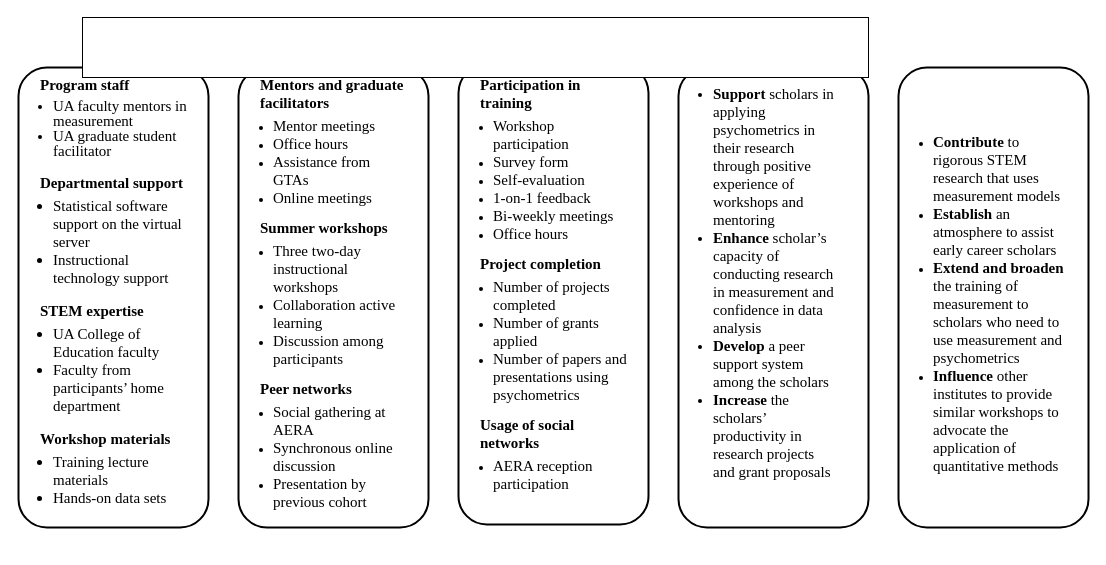
qipengchen/draw_io keeps this draw.io diagram as NSF2025.drawio. Above is the earlier version. Source tidied: cells renumbered, new cells numbered last; positions are measured from the earlier drawing's top-left corner, leaving out a move shared by most shapes. Both pictures are drawn from the tidied source at 100%, with x=0, y=0 at pixel (18, 17).
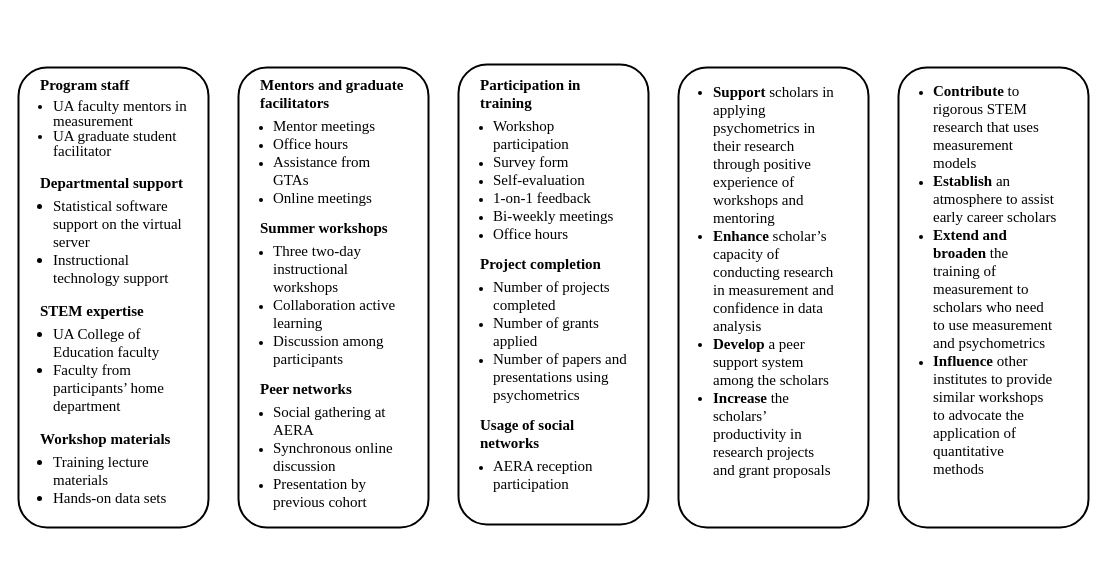
Above is the later version.

The edit, as a diff of the source:
```diff
@@
 <mxGraphModel>
   <root>
     <mxCell id="0" />
     <mxCell id="1" parent="0" />
     <mxCell id="2" style="group;" parent="1" vertex="1">
       <mxGeometry y="50" width="190" height="480" as="geometry" />
     </mxCell>
     <mxCell id="3" style="rounded=1;whiteSpace=wrap;html=1;labelPosition=center;verticalLabelPosition=middle;align=left;verticalAlign=middle;textDirection=ltr;spacing=1;fontFamily=Times New Roman;strokeWidth=2;" parent="2" vertex="1">
       <mxGeometry width="190" height="460" as="geometry" />
     </mxCell>
     <mxCell id="4" value="&lt;b style=&quot;font-family: &amp;quot;Times New Roman&amp;quot;; line-height: 100%;&quot;&gt;Program staff&lt;/b&gt;&lt;br style=&quot;font-family: &amp;quot;Times New Roman&amp;quot;;&quot;&gt;&lt;ul style=&quot;font-family: &amp;quot;Times New Roman&amp;quot;; padding-left: 13px; line-height: 100%; margin-top: 5px; margin-left: 0px;&quot;&gt;&lt;li&gt;UA faculty mentors in measurement&lt;/li&gt;&lt;li&gt;UA graduate student facilitator&lt;/li&gt;&lt;/ul&gt;&lt;span style=&quot;font-family: &amp;quot;Times New Roman&amp;quot;; line-height: 100%;&quot;&gt;&lt;b&gt;Departmental support&lt;/b&gt;&lt;/span&gt;&lt;br style=&quot;font-family: &amp;quot;Times New Roman&amp;quot;;&quot;&gt;&lt;ul style=&quot;padding-left: 13px; margin-top: 5px;&quot;&gt;&lt;li&gt;&lt;span style=&quot;font-family: &amp;quot;Times New Roman&amp;quot;; line-height: 100%;&quot;&gt;Statistical software support on the virtual server&lt;/span&gt;&lt;/li&gt;&lt;li&gt;&lt;span style=&quot;font-family: &amp;quot;Times New Roman&amp;quot;; line-height: 100%;&quot;&gt;Instructional technology support&lt;/span&gt;&lt;/li&gt;&lt;/ul&gt;&lt;span style=&quot;font-family: &amp;quot;Times New Roman&amp;quot;; line-height: 100%;&quot;&gt;&lt;b&gt;STEM expertise&lt;/b&gt;&lt;/span&gt;&lt;br style=&quot;font-family: &amp;quot;Times New Roman&amp;quot;;&quot;&gt;&lt;ul style=&quot;padding-left: 13px; margin-top: 5px;&quot;&gt;&lt;li&gt;&lt;span style=&quot;font-family: &amp;quot;Times New Roman&amp;quot;; line-height: 100%;&quot;&gt;UA College of Education faculty&lt;/span&gt;&lt;/li&gt;&lt;li&gt;&lt;span style=&quot;font-family: &amp;quot;Times New Roman&amp;quot;; line-height: 100%;&quot;&gt;Faculty from participants’ home department&lt;/span&gt;&lt;/li&gt;&lt;/ul&gt;&lt;span style=&quot;font-family: &amp;quot;Times New Roman&amp;quot;; line-height: 100%;&quot;&gt;&lt;b&gt;Workshop materials&lt;/b&gt;&lt;/span&gt;&lt;br style=&quot;font-family: &amp;quot;Times New Roman&amp;quot;;&quot;&gt;&lt;ul style=&quot;padding-left: 13px; margin-top: 5px; margin-right: 0px;&quot;&gt;&lt;li&gt;&lt;span style=&quot;font-family: &amp;quot;Times New Roman&amp;quot;; line-height: 100%;&quot;&gt;Training lecture materials&lt;/span&gt;&lt;/li&gt;&lt;li&gt;&lt;span style=&quot;font-family: &amp;quot;Times New Roman&amp;quot;; line-height: 100%;&quot;&gt;Hands-on data sets&lt;/span&gt;&lt;/li&gt;&lt;/ul&gt;&lt;span style=&quot;font-family: &amp;quot;Times New Roman&amp;quot;; line-height: 100%;&quot;&gt;&amp;nbsp;&lt;/span&gt;" style="text;html=1;align=left;verticalAlign=middle;whiteSpace=wrap;rounded=0;fontSize=15;" parent="2" vertex="1">
       <mxGeometry x="20" width="150" height="480" as="geometry" />
     </mxCell>
     <mxCell id="5" style="group;fontFamily=Times New Roman;" parent="1" vertex="1">
       <mxGeometry x="220" y="50" width="190" height="480" as="geometry" />
     </mxCell>
     <mxCell id="6" style="rounded=1;whiteSpace=wrap;html=1;labelPosition=center;verticalLabelPosition=middle;align=left;verticalAlign=middle;textDirection=ltr;spacing=1;fontFamily=Times New Roman;strokeWidth=2;" parent="5" vertex="1">
       <mxGeometry width="190" height="460" as="geometry" />
     </mxCell>
     <mxCell id="7" value="&lt;font style=&quot;font-size: 15px;&quot; face=&quot;Times New Roman&quot;&gt;&lt;span style=&quot;background-color: transparent; color: light-dark(rgb(0, 0, 0), rgb(255, 255, 255));&quot;&gt;&lt;b&gt;Mentors and graduate facilitators&lt;/b&gt;&lt;/span&gt;&lt;br&gt;&lt;/font&gt;&lt;ul style=&quot;padding-left: 13px; margin-top: 5px;&quot;&gt;&lt;li&gt;&lt;font style=&quot;font-size: 15px;&quot; face=&quot;Times New Roman&quot;&gt;Mentor meetings&lt;/font&gt;&lt;/li&gt;&lt;li&gt;&lt;font style=&quot;font-size: 15px;&quot; face=&quot;Times New Roman&quot;&gt;Office hours&lt;/font&gt;&lt;/li&gt;&lt;li&gt;&lt;font style=&quot;font-size: 15px;&quot; face=&quot;Times New Roman&quot;&gt;Assistance from GTAs&lt;/font&gt;&lt;/li&gt;&lt;li&gt;&lt;font style=&quot;font-size: 15px;&quot; face=&quot;Times New Roman&quot;&gt;Online meetings&lt;/font&gt;&lt;/li&gt;&lt;/ul&gt;&lt;span style=&quot;font-size: 15px; font-family: &amp;quot;Times New Roman&amp;quot;; background-color: transparent; color: light-dark(rgb(0, 0, 0), rgb(255, 255, 255));&quot;&gt;&lt;b&gt;Summer workshops&lt;/b&gt;&lt;/span&gt;&lt;br&gt;&lt;ul style=&quot;padding-left: 13px; margin-top: 5px;&quot;&gt;&lt;li&gt;&lt;font style=&quot;font-size: 15px;&quot; face=&quot;Times New Roman&quot;&gt;Three two-day instructional workshops&lt;/font&gt;&lt;/li&gt;&lt;li&gt;&lt;font style=&quot;font-size: 15px;&quot; face=&quot;Times New Roman&quot;&gt;Collaboration active learning&lt;/font&gt;&lt;/li&gt;&lt;li&gt;&lt;font style=&quot;font-size: 15px;&quot; face=&quot;Times New Roman&quot;&gt;Discussion among participants&lt;/font&gt;&lt;/li&gt;&lt;/ul&gt;&lt;b style=&quot;font-size: 15px; font-family: &amp;quot;Times New Roman&amp;quot;; background-color: transparent; color: light-dark(rgb(0, 0, 0), rgb(255, 255, 255));&quot;&gt;Peer networks&lt;/b&gt;&lt;br&gt;&lt;ul style=&quot;padding-left: 13px; margin-top: 5px;&quot;&gt;&lt;li&gt;&lt;font style=&quot;font-size: 15px;&quot; face=&quot;Times New Roman&quot;&gt;Social gathering at AERA&lt;/font&gt;&lt;/li&gt;&lt;li&gt;&lt;font style=&quot;font-size: 15px;&quot; face=&quot;Times New Roman&quot;&gt;Synchronous online discussion&lt;/font&gt;&lt;/li&gt;&lt;li&gt;&lt;font style=&quot;font-size: 15px;&quot; face=&quot;Times New Roman&quot;&gt;Presentation by previous cohort&lt;/font&gt;&lt;/li&gt;&lt;/ul&gt;" style="text;html=1;align=left;verticalAlign=middle;whiteSpace=wrap;rounded=0;" parent="5" vertex="1">
       <mxGeometry x="20" y="-8" width="150" height="480" as="geometry" />
     </mxCell>
     <mxCell id="8" style="group;" parent="1" vertex="1">
       <mxGeometry x="880" y="50" width="190" height="480" as="geometry" />
     </mxCell>
     <mxCell id="9" style="rounded=1;whiteSpace=wrap;html=1;labelPosition=center;verticalLabelPosition=middle;align=left;verticalAlign=middle;textDirection=ltr;spacing=1;fontFamily=Times New Roman;strokeWidth=2;" parent="8" vertex="1">
       <mxGeometry width="190" height="460" as="geometry" />
     </mxCell>
-    <mxCell id="10" value="&lt;ul style=&quot;padding-left: 13px; margin-top: 5px;&quot;&gt;&lt;li&gt;&lt;font style=&quot;font-size: 15px;&quot; face=&quot;Times New Roman&quot;&gt;&lt;b&gt;Contribute&lt;/b&gt; to rigorous STEM research that uses measurement models&lt;/font&gt;&lt;/li&gt;&lt;li&gt;&lt;font style=&quot;font-size: 15px;&quot; face=&quot;Times New Roman&quot;&gt;&lt;b&gt;Establish&lt;/b&gt; an atmosphere to assist early career scholars&lt;/font&gt;&lt;/li&gt;&lt;li&gt;&lt;font style=&quot;font-size: 15px;&quot; face=&quot;Times New Roman&quot;&gt;&lt;b&gt;Extend and broaden&lt;/b&gt; the training of measurement to scholars who need to use measurement and psychometrics&lt;/font&gt;&lt;/li&gt;&lt;li&gt;&lt;font style=&quot;font-size: 15px;&quot; face=&quot;Times New Roman&quot;&gt;&lt;b&gt;Influence&lt;/b&gt; other institutes to provide similar workshops to advocate the application of quantitative methods&lt;/font&gt;&lt;/li&gt;&lt;/ul&gt;" style="text;html=1;align=left;verticalAlign=middle;whiteSpace=wrap;rounded=0;" parent="8" vertex="1">
-      <mxGeometry x="20" width="150" height="480" as="geometry" />
-    </mxCell>
     <mxCell id="11" style="group;" parent="1" vertex="1">
       <mxGeometry x="440" y="47" width="190" height="480" as="geometry" />
     </mxCell>
     <mxCell id="12" style="rounded=1;whiteSpace=wrap;html=1;labelPosition=center;verticalLabelPosition=middle;align=left;verticalAlign=middle;textDirection=ltr;spacing=1;fontFamily=Times New Roman;strokeWidth=2;" parent="11" vertex="1">
       <mxGeometry width="190" height="460" as="geometry" />
     </mxCell>
     <mxCell id="13" value="&lt;font face=&quot;Times New Roman&quot;&gt;&lt;span style=&quot;font-size: 15px; background-color: transparent; color: light-dark(rgb(0, 0, 0), rgb(255, 255, 255));&quot;&gt;&lt;b&gt;Participation in training&lt;/b&gt;&lt;/span&gt;&lt;br&gt;&lt;/font&gt;&lt;ul style=&quot;margin-top: 5px; padding-left: 13px;&quot;&gt;&lt;li&gt;&lt;font face=&quot;Times New Roman&quot; style=&quot;font-size: 15px;&quot;&gt;Workshop participation&lt;/font&gt;&lt;/li&gt;&lt;li&gt;&lt;font face=&quot;Times New Roman&quot; style=&quot;font-size: 15px;&quot;&gt;Survey form&lt;/font&gt;&lt;/li&gt;&lt;li&gt;&lt;font face=&quot;Times New Roman&quot; style=&quot;font-size: 15px;&quot;&gt;Self-evaluation&lt;/font&gt;&lt;/li&gt;&lt;li&gt;&lt;font face=&quot;Times New Roman&quot; style=&quot;font-size: 15px;&quot;&gt;1-on-1 feedback&lt;/font&gt;&lt;/li&gt;&lt;li&gt;&lt;font face=&quot;Times New Roman&quot; style=&quot;font-size: 15px;&quot;&gt;Bi-weekly meetings&lt;/font&gt;&lt;/li&gt;&lt;li&gt;&lt;font face=&quot;Times New Roman&quot; style=&quot;font-size: 15px;&quot;&gt;Office hours&lt;/font&gt;&lt;/li&gt;&lt;/ul&gt;&lt;span style=&quot;font-size: 15px; font-family: &amp;quot;Times New Roman&amp;quot;; background-color: transparent; color: light-dark(rgb(0, 0, 0), rgb(255, 255, 255));&quot;&gt;&lt;b&gt;Project completion&lt;/b&gt;&lt;/span&gt;&lt;br&gt;&lt;ul style=&quot;margin-top: 5px; padding-left: 13px;&quot;&gt;&lt;li&gt;&lt;font face=&quot;Times New Roman&quot; style=&quot;font-size: 15px;&quot;&gt;Number of projects completed&lt;/font&gt;&lt;/li&gt;&lt;li&gt;&lt;font face=&quot;Times New Roman&quot; style=&quot;font-size: 15px;&quot;&gt;Number of grants applied&lt;/font&gt;&lt;/li&gt;&lt;li&gt;&lt;font face=&quot;Times New Roman&quot; style=&quot;font-size: 15px;&quot;&gt;Number of papers and presentations using psychometrics&lt;/font&gt;&lt;/li&gt;&lt;/ul&gt;&lt;span style=&quot;font-size: 15px; font-family: &amp;quot;Times New Roman&amp;quot;; background-color: transparent; color: light-dark(rgb(0, 0, 0), rgb(255, 255, 255));&quot;&gt;&lt;b&gt;Usage of social networks&lt;/b&gt;&lt;/span&gt;&lt;br&gt;&lt;ul style=&quot;margin-top: 5px; padding-left: 13px;&quot;&gt;&lt;li&gt;&lt;font face=&quot;Times New Roman&quot; style=&quot;font-size: 15px;&quot;&gt;AERA reception participation&lt;/font&gt;&lt;/li&gt;&lt;/ul&gt;" style="text;html=1;align=left;verticalAlign=middle;whiteSpace=wrap;rounded=0;" parent="11" vertex="1">
       <mxGeometry x="20" y="-4" width="150" height="460" as="geometry" />
     </mxCell>
     <mxCell id="14" style="group;" parent="1" vertex="1">
       <mxGeometry x="660" y="50" width="190" height="480" as="geometry" />
     </mxCell>
     <mxCell id="15" style="rounded=1;whiteSpace=wrap;html=1;labelPosition=center;verticalLabelPosition=middle;align=left;verticalAlign=middle;textDirection=ltr;spacing=1;fontFamily=Times New Roman;strokeWidth=2;" parent="14" vertex="1">
       <mxGeometry width="190" height="460" as="geometry" />
     </mxCell>
-    <mxCell id="16" value="&lt;ul style=&quot;padding-left: 13px; margin-top: 5px;&quot;&gt;&lt;li&gt;&lt;b&gt;Support&lt;/b&gt; scholars in applying psychometrics in their research through positive experience of workshops and mentoring&lt;/li&gt;&lt;li&gt;&lt;b&gt;Enhance&lt;/b&gt; scholar’s capacity of conducting research in measurement and confidence in data analysis&lt;/li&gt;&lt;li&gt;&lt;b&gt;Develop&lt;/b&gt; a peer support system among the scholars&lt;/li&gt;&lt;li&gt;&lt;b&gt;Increase&lt;/b&gt; the scholars’ productivity in research projects and grant proposals&lt;/li&gt;&lt;/ul&gt;" style="text;html=1;align=left;verticalAlign=middle;whiteSpace=wrap;rounded=0;fontFamily=Times New Roman;fontSize=15;horizontal=1;spacingTop=0;spacing=2;" parent="14" vertex="1">
-      <mxGeometry x="20" y="15" width="140" height="410" as="geometry" />
+    <mxCell id="16" value="&lt;ul style=&quot;padding-left: 13px; margin-top: 5px; margin-bottom: 12px;&quot;&gt;&lt;li&gt;&lt;b&gt;Support&lt;/b&gt; scholars in applying psychometrics in their research through positive experience of workshops and mentoring&lt;/li&gt;&lt;li&gt;&lt;b&gt;Enhance&lt;/b&gt; scholar’s capacity of conducting research in measurement and confidence in data analysis&lt;/li&gt;&lt;li&gt;&lt;b&gt;Develop&lt;/b&gt; a peer support system among the scholars&lt;/li&gt;&lt;li&gt;&lt;b&gt;Increase&lt;/b&gt; the scholars’ productivity in research projects and grant proposals&lt;/li&gt;&lt;/ul&gt;" style="text;html=1;align=left;verticalAlign=middle;whiteSpace=wrap;rounded=0;fontFamily=Times New Roman;fontSize=15;horizontal=1;spacingTop=0;spacing=2;" parent="14" vertex="1">
+      <mxGeometry x="20" y="12" width="140" height="410" as="geometry" />
     </mxCell>
-    <mxCell id="17" style="rounded=0;whiteSpace=wrap;html=1;" parent="1" vertex="1">
-      <mxGeometry x="64" width="786" height="60" as="geometry" />
-    </mxCell>
+    <mxCell id="10" value="&lt;ul style=&quot;padding-left: 13px; margin-top: 5px;&quot;&gt;&lt;li&gt;&lt;font style=&quot;font-size: 15px;&quot; face=&quot;Times New Roman&quot;&gt;&lt;b&gt;Contribute&lt;/b&gt; to rigorous STEM research that uses measurement models&lt;/font&gt;&lt;/li&gt;&lt;li&gt;&lt;font style=&quot;font-size: 15px;&quot; face=&quot;Times New Roman&quot;&gt;&lt;b&gt;Establish&lt;/b&gt; an atmosphere to assist early career scholars&lt;/font&gt;&lt;/li&gt;&lt;li&gt;&lt;font style=&quot;font-size: 15px;&quot; face=&quot;Times New Roman&quot;&gt;&lt;b&gt;Extend and broaden&lt;/b&gt; the training of measurement to scholars who need to use measurement and psychometrics&lt;/font&gt;&lt;/li&gt;&lt;li&gt;&lt;font style=&quot;font-size: 15px;&quot; face=&quot;Times New Roman&quot;&gt;&lt;b&gt;Influence&lt;/b&gt; other institutes to provide similar workshops to advocate the application of quantitative methods&lt;/font&gt;&lt;/li&gt;&lt;/ul&gt;" style="text;html=1;align=left;verticalAlign=middle;whiteSpace=wrap;rounded=0;" parent="1" vertex="1">
+      <mxGeometry x="900" y="56" width="140" height="420" as="geometry" />
+    </mxCell>
   </root>
 </mxGraphModel>
```
